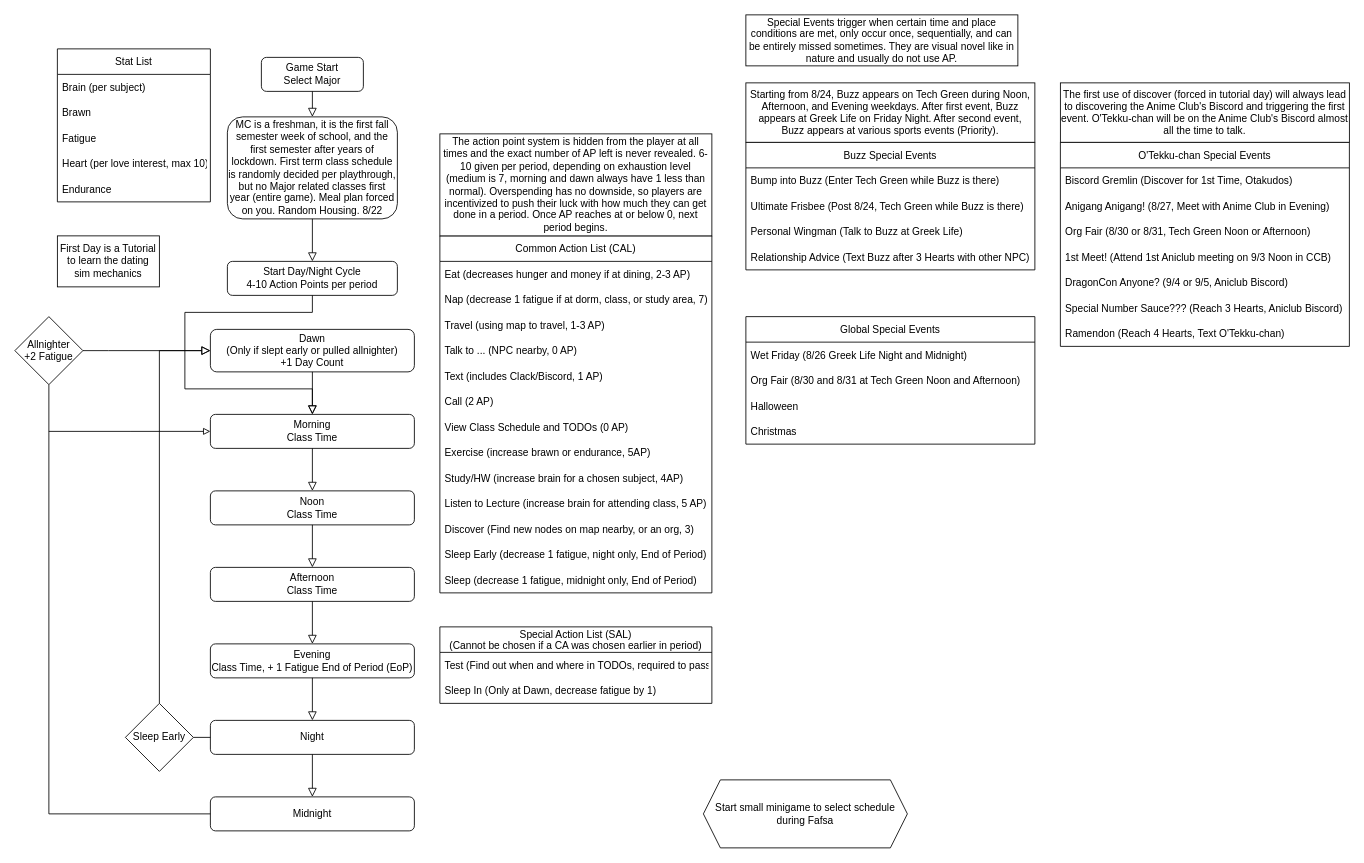
The draw.io diagram story_flowchart.drawio in DKingOfSpades/GTVN, before the edit. Source tidied: cells renumbered, new cells numbered last; positions are measured from the earlier drawing's top-left corner, leaving out a move shared by most shapes. Both pictures are drawn from the tidied source at 85%, with x=0, y=0 at pixel (14, 14).
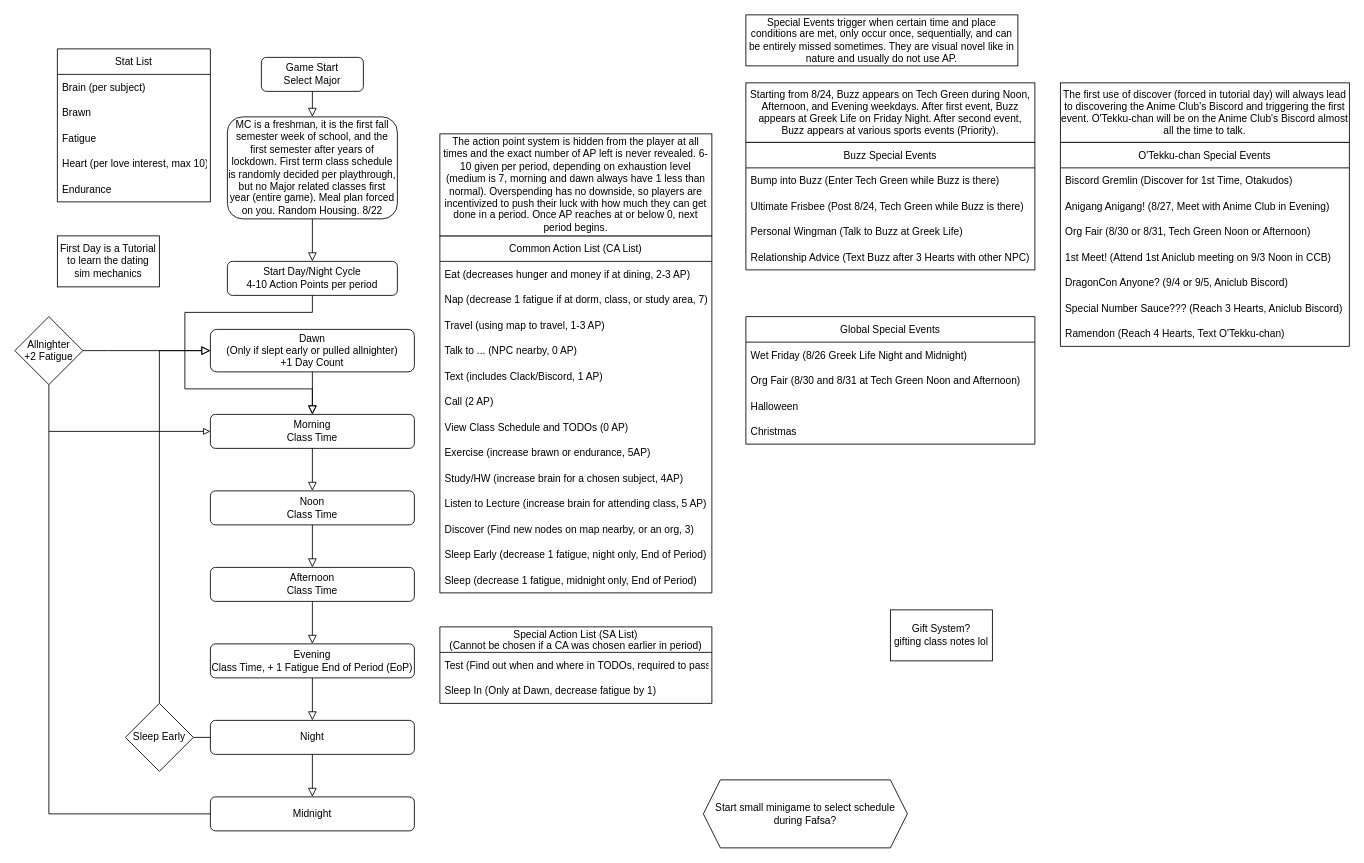
The same page after the edit.

Change to the diagram source:
```diff
@@
-    <mxCell id="7" value="Start small minigame to select schedule during Fafsa" style="shape=hexagon;perimeter=hexagonPerimeter2;whiteSpace=wrap;html=1;fixedSize=1;" parent="1" vertex="1">
+    <mxCell id="7" value="Start small minigame to select schedule during Fafsa?" style="shape=hexagon;perimeter=hexagonPerimeter2;whiteSpace=wrap;html=1;fixedSize=1;" parent="1" vertex="1">
       <mxGeometry x="810" y="900" width="240" height="80" as="geometry" />
     </mxCell>
@@
-    <mxCell id="29" value="Common Action List (CAL)" style="swimlane;fontStyle=0;horizontal=1;startSize=30;" parent="1" vertex="1">
+    <mxCell id="29" value="Common Action List (CA List)" style="swimlane;fontStyle=0;horizontal=1;startSize=30;" parent="1" vertex="1">
       <mxGeometry x="500" y="260" width="320" height="420" as="geometry" />
     </mxCell>
@@
-    <mxCell id="44" value="Special Action List (SAL)&#10;(Cannot be chosen if a CA was chosen earlier in period)" style="swimlane;fontStyle=0;horizontal=1;startSize=30;" parent="1" vertex="1">
+    <mxCell id="44" value="Special Action List (SA List)&#10;(Cannot be chosen if a CA was chosen earlier in period)" style="swimlane;fontStyle=0;horizontal=1;startSize=30;" parent="1" vertex="1">
       <mxGeometry x="500" y="720" width="320" height="90" as="geometry" />
     </mxCell>
@@
+    <mxCell id="75" value="Gift System?&lt;br&gt;gifting class notes lol" style="rounded=0;whiteSpace=wrap;html=1;" parent="1" vertex="1">
+      <mxGeometry x="1030" y="700" width="120" height="60" as="geometry" />
+    </mxCell>
```
